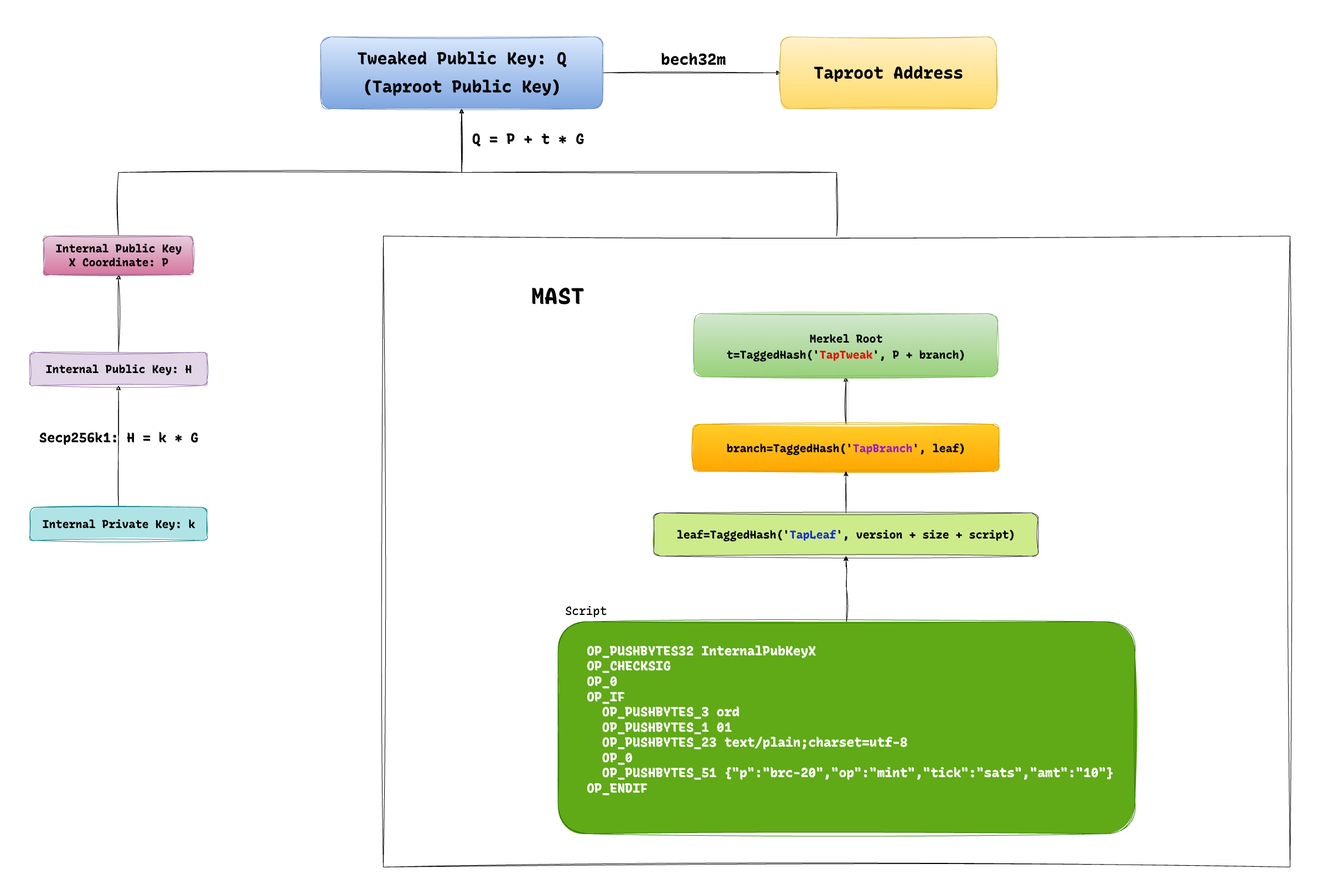
Above: public/inscription-taptree.png in heapup-tech/bitcoin-ninja (draw.io), before the change. Source tidied: cells renumbered, new cells last; positions are measured from the earlier drawing's top-left corner, leaving out a move shared by most shapes. The source it was exported from:
```xml
<mxGraphModel>
  <root>
    <mxCell id="0" />
    <mxCell id="1" parent="0" />
    <mxCell id="2" style="edgeStyle=orthogonalEdgeStyle;rounded=0;jettySize=auto;html=1;exitX=0.5;exitY=0;exitDx=0;exitDy=0;entryX=0.5;entryY=1;entryDx=0;entryDy=0;fontFamily=Recursive Mono Casual Static;fontSize=20;fontColor=default;labelBackgroundColor=none;fontStyle=1;sketch=1;curveFitting=1;jiggle=2;" parent="1" edge="1" source="3" target="10">
      <mxGeometry relative="1" as="geometry" />
    </mxCell>
    <mxCell id="3" value="Internal Public Key: H" style="rounded=1;html=1;glass=0;fillStyle=solid;perimeterSpacing=0;fontFamily=Recursive Mono Casual Static;labelBackgroundColor=none;fontSize=20;fontStyle=1;sketch=1;curveFitting=1;jiggle=2;fillColor=#e1d5e7;strokeColor=#9673a6;" parent="1" vertex="1">
      <mxGeometry x="3.5" y="570" width="320" height="60" as="geometry" />
    </mxCell>
    <mxCell id="4" style="edgeStyle=orthogonalEdgeStyle;rounded=0;jettySize=auto;html=1;exitX=0.5;exitY=0;exitDx=0;exitDy=0;entryX=0.5;entryY=1;entryDx=0;entryDy=0;fontFamily=Recursive Mono Casual Static;fontSize=20;fontColor=default;labelBackgroundColor=none;fontStyle=1;sketch=1;curveFitting=1;jiggle=2;" parent="1" edge="1" source="5" target="3">
      <mxGeometry relative="1" as="geometry" />
    </mxCell>
    <mxCell id="5" value="Internal Private Key: k" style="rounded=1;html=1;glass=0;fillStyle=solid;perimeterSpacing=0;fontFamily=Recursive Mono Casual Static;labelBackgroundColor=none;fontSize=20;fontStyle=1;sketch=1;curveFitting=1;jiggle=2;fillColor=#b0e3e6;strokeColor=#0e8088;" parent="1" vertex="1">
      <mxGeometry x="3.5" y="850" width="320" height="60" as="geometry" />
    </mxCell>
    <mxCell id="6" style="edgeStyle=orthogonalEdgeStyle;rounded=0;jettySize=auto;html=1;exitX=1;exitY=0.5;exitDx=0;exitDy=0;entryX=0;entryY=0.5;entryDx=0;entryDy=0;sketch=1;curveFitting=1;jiggle=2;" parent="1" edge="1" source="8" target="26">
      <mxGeometry relative="1" as="geometry" />
    </mxCell>
    <mxCell id="7" value="&lt;font size=&quot;1&quot; face=&quot;Recursive Mono Casual Static&quot; style=&quot;&quot;&gt;&lt;b style=&quot;font-size: 28px;&quot;&gt;bech32m&lt;/b&gt;&lt;/font&gt;" style="edgeLabel;html=1;align=center;verticalAlign=middle;" parent="6" vertex="1">
      <mxGeometry x="0.02" y="14" relative="1" as="geometry">
        <mxPoint y="-11" as="offset" />
      </mxGeometry>
    </mxCell>
    <mxCell id="8" value="&lt;p style=&quot;line-height: 170%; font-size: 30px;&quot;&gt;Tweaked Public Key: Q&lt;br style=&quot;font-size: 20px;&quot;&gt;(Taproot Public Key)&lt;/p&gt;" style="rounded=1;html=1;glass=0;fillStyle=solid;perimeterSpacing=0;fontFamily=Recursive Mono Casual Static;labelBackgroundColor=none;fontSize=20;fontStyle=1;sketch=1;curveFitting=1;jiggle=2;fillColor=#dae8fc;strokeColor=#6c8ebf;gradientColor=#7ea6e0;" parent="1" vertex="1">
      <mxGeometry x="528.5" width="510" height="130" as="geometry" />
    </mxCell>
    <mxCell id="9" style="edgeStyle=orthogonalEdgeStyle;rounded=0;jettySize=auto;html=1;exitX=0.5;exitY=0;exitDx=0;exitDy=0;entryX=0.5;entryY=1;entryDx=0;entryDy=0;fontFamily=Recursive Mono Casual Static;fontSize=20;fontColor=default;labelBackgroundColor=none;fontStyle=1;sketch=1;curveFitting=1;jiggle=2;" parent="1" edge="1" source="10" target="8">
      <mxGeometry relative="1" as="geometry" />
    </mxCell>
    <mxCell id="10" value="Internal Public Key&lt;div style=&quot;line-height: 130%; font-size: 20px;&quot;&gt;X Coordinate: P&lt;/div&gt;" style="rounded=1;html=1;glass=0;fillStyle=solid;perimeterSpacing=0;fontFamily=Recursive Mono Casual Static;labelBackgroundColor=none;fontSize=20;fontStyle=1;fillColor=#e6d0de;sketch=1;curveFitting=1;jiggle=2;strokeColor=#996185;gradientColor=#d5739d;" parent="1" vertex="1">
      <mxGeometry x="28.5" y="360" width="270" height="70" as="geometry" />
    </mxCell>
    <mxCell id="11" value="&lt;span style=&quot;font-size: 24px;&quot;&gt;&lt;font style=&quot;font-size: 24px;&quot;&gt;Secp256k1: H = k * G&lt;/font&gt;&lt;/span&gt;" style="text;html=1;align=center;verticalAlign=middle;rounded=0;fontFamily=Recursive Mono Casual Static;fontSize=24;fontColor=default;labelBackgroundColor=none;fillColor=default;fontStyle=1;fillStyle=cross-hatch;" parent="1" vertex="1">
      <mxGeometry y="710" width="327" height="30" as="geometry" />
    </mxCell>
    <mxCell id="12" style="edgeStyle=orthogonalEdgeStyle;rounded=0;jettySize=auto;html=1;exitX=0.5;exitY=0;exitDx=0;exitDy=0;sketch=1;curveFitting=1;jiggle=2;fontFamily=Recursive Mono Casual Static;" parent="1" edge="1" source="15" target="8">
      <mxGeometry relative="1" as="geometry" />
    </mxCell>
    <mxCell id="13" value="Q = P + t * G" style="text;html=1;align=center;verticalAlign=middle;whiteSpace=wrap;rounded=0;fontSize=26;fontFamily=Recursive Mono Casual Static;fontStyle=1;" parent="1" vertex="1">
      <mxGeometry x="788.5" y="170" width="230" height="30" as="geometry" />
    </mxCell>
    <mxCell id="14" value="MAST" style="text;html=1;align=center;verticalAlign=middle;whiteSpace=wrap;rounded=0;fontFamily=Recursive Mono Casual Static;fontSize=40;fontStyle=1;" parent="1" vertex="1">
      <mxGeometry x="940.5" y="450.3" width="32.7" height="35.2" as="geometry" />
    </mxCell>
    <mxCell id="15" style="rounded=0;whiteSpace=wrap;html=1;glass=0;gradientColor=none;fillStyle=cross-hatch;perimeterSpacing=0;sketch=1;curveFitting=1;jiggle=2;fontFamily=Recursive Mono Casual Static;labelBackgroundColor=none;fontSize=18;fillColor=none;" parent="1" vertex="1">
      <mxGeometry x="642" y="360" width="1638" height="1140" as="geometry" />
    </mxCell>
    <mxCell id="16" style="edgeStyle=orthogonalEdgeStyle;rounded=0;jettySize=auto;html=1;exitX=0.5;exitY=0;exitDx=0;exitDy=0;entryX=0.5;entryY=1;entryDx=0;entryDy=0;fontFamily=Recursive Mono Casual Static;fontSize=20;fontColor=default;labelBackgroundColor=none;fontStyle=1;shadow=1;sketch=1;curveFitting=1;jiggle=2;" parent="1" edge="1" source="17" target="18">
      <mxGeometry relative="1" as="geometry" />
    </mxCell>
    <mxCell id="17" value="branch=TaggedHash('&lt;span style=&quot;color: rgb(151, 25, 210); font-size: 20px;&quot;&gt;TapBranch&lt;/span&gt;', leaf)" style="rounded=1;html=1;glass=0;gradientColor=#ffa500;fillStyle=auto;perimeterSpacing=0;fontFamily=Recursive Mono Casual Static;labelBackgroundColor=none;fontSize=20;fontStyle=1;sketch=1;curveFitting=1;jiggle=2;fillColor=#ffcd28;strokeColor=#d79b00;" parent="1" vertex="1">
      <mxGeometry x="1200.9" y="700" width="553.7" height="85.2" as="geometry" />
    </mxCell>
    <mxCell id="18" value="&lt;div style=&quot;line-height: 170%; font-size: 20px;&quot;&gt;&lt;font style=&quot;font-size: 20px;&quot;&gt;Merkel Root&lt;/font&gt;&lt;/div&gt;t=TaggedHash('&lt;font style=&quot;font-size: 20px;&quot; color=&quot;#ed0707&quot;&gt;TapTweak&lt;/font&gt;', P + branch)" style="rounded=1;html=1;glass=0;fillStyle=solid;perimeterSpacing=0;fontFamily=Recursive Mono Casual Static;labelBackgroundColor=none;fontSize=20;fontStyle=1;sketch=1;curveFitting=1;jiggle=2;fillColor=#d5e8d4;strokeColor=#82b366;gradientColor=#97d077;" parent="1" vertex="1">
      <mxGeometry x="1203.3" y="500" width="548.8" height="114.5" as="geometry" />
    </mxCell>
    <mxCell id="19" style="edgeStyle=orthogonalEdgeStyle;rounded=0;orthogonalLoop=1;jettySize=auto;html=1;exitX=0.5;exitY=1;exitDx=0;exitDy=0;fontFamily=Recursive Mono Casual Static;" parent="1" edge="1" source="17" target="17">
      <mxGeometry relative="1" as="geometry" />
    </mxCell>
    <mxCell id="20" value="&lt;font style=&quot;font-size: 23px;&quot;&gt;OP_PUSHBYTES32 InternalPubKeyX&lt;/font&gt;&lt;div style=&quot;font-size: 23px;&quot;&gt;&lt;font style=&quot;font-size: 23px;&quot;&gt;OP_CHECKSIG&lt;/font&gt;&lt;/div&gt;&lt;div style=&quot;font-size: 23px;&quot;&gt;&lt;font style=&quot;font-size: 23px;&quot;&gt;OP_0&lt;br&gt;OP_IF&lt;/font&gt;&lt;/div&gt;&lt;div style=&quot;font-size: 23px;&quot;&gt;&lt;font style=&quot;font-size: 23px;&quot;&gt;&amp;nbsp; OP_PUSHBYTES_3 ord&lt;/font&gt;&lt;/div&gt;&lt;div style=&quot;font-size: 23px;&quot;&gt;&lt;font style=&quot;font-size: 23px;&quot;&gt;&amp;nbsp; OP_PUSHBYTES_1 01&lt;/font&gt;&lt;/div&gt;&lt;div style=&quot;font-size: 23px;&quot;&gt;&lt;font style=&quot;font-size: 23px;&quot;&gt;&amp;nbsp; OP_PUSHBYTES_23 text/plain;charset=utf-8&lt;/font&gt;&lt;/div&gt;&lt;div style=&quot;font-size: 23px;&quot;&gt;&lt;font style=&quot;font-size: 23px;&quot;&gt;&amp;nbsp; OP_0&lt;br&gt;&amp;nbsp; OP_PUSHBYTES_51 {&quot;p&quot;:&quot;brc-20&quot;,&quot;op&quot;:&quot;mint&quot;,&quot;tick&quot;:&quot;sats&quot;,&quot;amt&quot;:&quot;10&quot;}&lt;/font&gt;&lt;/div&gt;&lt;div style=&quot;font-size: 23px;&quot;&gt;&lt;font style=&quot;font-size: 23px;&quot;&gt;OP_ENDIF&lt;/font&gt;&lt;/div&gt;&lt;div style=&quot;font-size: 23px;&quot;&gt;&lt;br&gt;&lt;/div&gt;" style="rounded=1;html=1;glass=0;fillStyle=solid;perimeterSpacing=0;fontFamily=Recursive Mono Casual Static;labelBackgroundColor=none;fontSize=20;fillColor=#60a917;fontColor=#ffffff;strokeColor=#2D7600;fontStyle=1;sketch=1;curveFitting=1;jiggle=2;align=left;spacingLeft=50;" parent="1" vertex="1">
      <mxGeometry x="957.5" y="1056.5" width="1042.5" height="383.5" as="geometry" />
    </mxCell>
    <mxCell id="21" value="leaf=TaggedHash('&lt;font style=&quot;font-size: 20px;&quot; color=&quot;#142cdb&quot;&gt;TapLeaf&lt;/font&gt;', version + size + script)" style="rounded=1;html=1;glass=0;fillStyle=solid;perimeterSpacing=0;fontFamily=Recursive Mono Casual Static;labelBackgroundColor=none;fontSize=20;fontStyle=1;sketch=1;curveFitting=1;jiggle=2;fillColor=#cdeb8b;strokeColor=#36393d;" parent="1" vertex="1">
      <mxGeometry x="1130.6" y="860" width="694.3" height="78.2" as="geometry" />
    </mxCell>
    <mxCell id="22" style="edgeStyle=orthogonalEdgeStyle;rounded=0;orthogonalLoop=1;jettySize=auto;html=1;exitX=0.5;exitY=1;exitDx=0;exitDy=0;fontFamily=Recursive Mono Casual Static;" parent="1" edge="1" source="21" target="21">
      <mxGeometry relative="1" as="geometry" />
    </mxCell>
    <mxCell id="23" style="edgeStyle=orthogonalEdgeStyle;rounded=0;jettySize=auto;html=1;exitX=0.5;exitY=0;exitDx=0;exitDy=0;entryX=0.5;entryY=1;entryDx=0;entryDy=0;fontFamily=Recursive Mono Casual Static;fontSize=20;fontColor=default;labelBackgroundColor=none;fontStyle=1;sketch=1;curveFitting=1;jiggle=2;" parent="1" edge="1" source="20" target="21">
      <mxGeometry relative="1" as="geometry" />
    </mxCell>
    <mxCell id="24" style="edgeStyle=orthogonalEdgeStyle;rounded=0;jettySize=auto;html=1;exitX=0.5;exitY=0;exitDx=0;exitDy=0;entryX=0.5;entryY=1;entryDx=0;entryDy=0;fontFamily=Recursive Mono Casual Static;fontSize=20;fontColor=default;labelBackgroundColor=none;fontStyle=1;sketch=1;curveFitting=1;jiggle=2;" parent="1" edge="1" source="21" target="17">
      <mxGeometry relative="1" as="geometry" />
    </mxCell>
    <mxCell id="25" value="&lt;font style=&quot;font-size: 21px;&quot; face=&quot;Recursive Mono Casual Static&quot;&gt;Script&lt;/font&gt;" style="text;html=1;align=center;verticalAlign=middle;strokeColor=none;fillColor=none;" parent="1" vertex="1">
      <mxGeometry x="957.5" y="1016.5" width="100" height="40" as="geometry" />
    </mxCell>
    <mxCell id="26" value="&lt;font style=&quot;font-size: 30px;&quot;&gt;Taproot Address&lt;/font&gt;" style="rounded=1;whiteSpace=wrap;html=1;glass=0;gradientColor=#ffd966;fillStyle=solid;perimeterSpacing=0;sketch=1;curveFitting=1;jiggle=2;fontFamily=Recursive Mono Casual Static;labelBackgroundColor=none;fontSize=20;fontStyle=1;fillColor=#fff2cc;strokeColor=#d6b656;" parent="1" vertex="1">
      <mxGeometry x="1360" width="390" height="130" as="geometry" />
    </mxCell>
  </root>
</mxGraphModel>
```
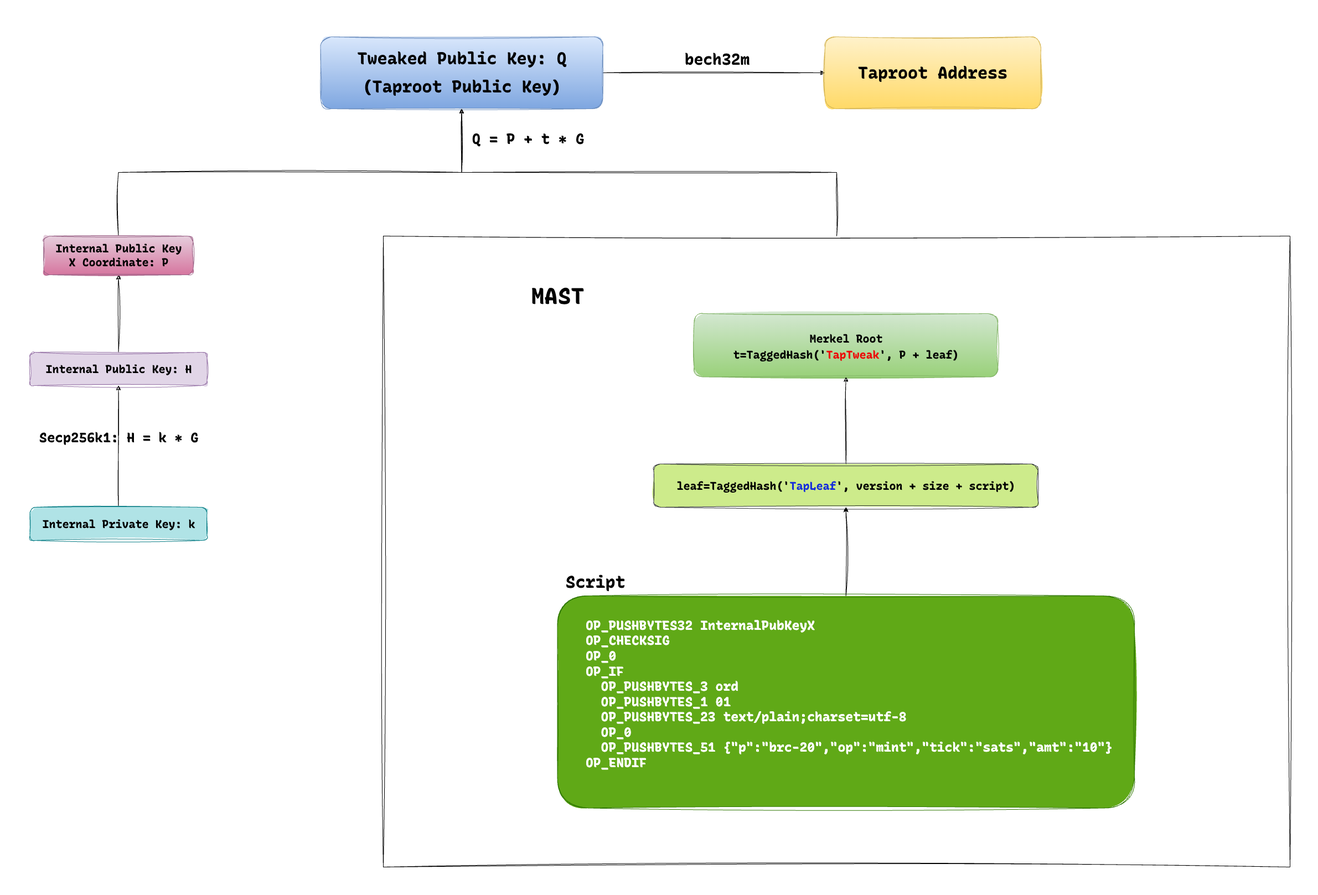
After the commit.

The edit, as a diff of the source:
```diff
@@ -46,23 +46,23 @@
     <mxCell id="15" style="rounded=0;whiteSpace=wrap;html=1;glass=0;gradientColor=none;fillStyle=cross-hatch;perimeterSpacing=0;sketch=1;curveFitting=1;jiggle=2;fontFamily=Recursive Mono Casual Static;labelBackgroundColor=none;fontSize=18;fillColor=none;" parent="1" vertex="1">
       <mxGeometry x="642" y="360" width="1638" height="1140" as="geometry" />
     </mxCell>
-    <mxCell id="16" style="edgeStyle=orthogonalEdgeStyle;rounded=0;jettySize=auto;html=1;exitX=0.5;exitY=0;exitDx=0;exitDy=0;entryX=0.5;entryY=1;entryDx=0;entryDy=0;fontFamily=Recursive Mono Casual Static;fontSize=20;fontColor=default;labelBackgroundColor=none;fontStyle=1;shadow=1;sketch=1;curveFitting=1;jiggle=2;" parent="1" edge="1" source="17" target="18">
-      <mxGeometry relative="1" as="geometry" />
-    </mxCell>
-    <mxCell id="17" value="branch=TaggedHash('&lt;span style=&quot;color: rgb(151, 25, 210); font-size: 20px;&quot;&gt;TapBranch&lt;/span&gt;', leaf)" style="rounded=1;html=1;glass=0;gradientColor=#ffa500;fillStyle=auto;perimeterSpacing=0;fontFamily=Recursive Mono Casual Static;labelBackgroundColor=none;fontSize=20;fontStyle=1;sketch=1;curveFitting=1;jiggle=2;fillColor=#ffcd28;strokeColor=#d79b00;" parent="1" vertex="1">
-      <mxGeometry x="1200.9" y="700" width="553.7" height="85.2" as="geometry" />
-    </mxCell>
-    <mxCell id="18" value="&lt;div style=&quot;line-height: 170%; font-size: 20px;&quot;&gt;&lt;font style=&quot;font-size: 20px;&quot;&gt;Merkel Root&lt;/font&gt;&lt;/div&gt;t=TaggedHash('&lt;font style=&quot;font-size: 20px;&quot; color=&quot;#ed0707&quot;&gt;TapTweak&lt;/font&gt;', P + branch)" style="rounded=1;html=1;glass=0;fillStyle=solid;perimeterSpacing=0;fontFamily=Recursive Mono Casual Static;labelBackgroundColor=none;fontSize=20;fontStyle=1;sketch=1;curveFitting=1;jiggle=2;fillColor=#d5e8d4;strokeColor=#82b366;gradientColor=#97d077;" parent="1" vertex="1">
+    <mxCell id="18" value="&lt;div style=&quot;line-height: 170%; font-size: 20px;&quot;&gt;&lt;font style=&quot;font-size: 20px;&quot;&gt;Merkel Root&lt;/font&gt;&lt;/div&gt;t=TaggedHash('&lt;font style=&quot;font-size: 20px;&quot; color=&quot;#ed0707&quot;&gt;TapTweak&lt;/font&gt;', P + leaf)" style="rounded=1;html=1;glass=0;fillStyle=solid;perimeterSpacing=0;fontFamily=Recursive Mono Casual Static;labelBackgroundColor=none;fontSize=20;fontStyle=1;sketch=1;curveFitting=1;jiggle=2;fillColor=#d5e8d4;strokeColor=#82b366;gradientColor=#97d077;" parent="1" vertex="1">
       <mxGeometry x="1203.3" y="500" width="548.8" height="114.5" as="geometry" />
     </mxCell>
-    <mxCell id="19" style="edgeStyle=orthogonalEdgeStyle;rounded=0;orthogonalLoop=1;jettySize=auto;html=1;exitX=0.5;exitY=1;exitDx=0;exitDy=0;fontFamily=Recursive Mono Casual Static;" parent="1" edge="1" source="17" target="17">
-      <mxGeometry relative="1" as="geometry" />
+    <mxCell id="19" style="edgeStyle=orthogonalEdgeStyle;rounded=0;orthogonalLoop=1;jettySize=auto;html=1;exitX=0.5;exitY=1;exitDx=0;exitDy=0;fontFamily=Recursive Mono Casual Static;" parent="1" edge="1">
+      <mxGeometry relative="1" as="geometry">
+        <mxPoint x="1477.7" y="785.2" as="sourcePoint" />
+        <mxPoint x="1477.8" y="785.2" as="targetPoint" />
+      </mxGeometry>
     </mxCell>
     <mxCell id="20" value="&lt;font style=&quot;font-size: 23px;&quot;&gt;OP_PUSHBYTES32 InternalPubKeyX&lt;/font&gt;&lt;div style=&quot;font-size: 23px;&quot;&gt;&lt;font style=&quot;font-size: 23px;&quot;&gt;OP_CHECKSIG&lt;/font&gt;&lt;/div&gt;&lt;div style=&quot;font-size: 23px;&quot;&gt;&lt;font style=&quot;font-size: 23px;&quot;&gt;OP_0&lt;br&gt;OP_IF&lt;/font&gt;&lt;/div&gt;&lt;div style=&quot;font-size: 23px;&quot;&gt;&lt;font style=&quot;font-size: 23px;&quot;&gt;&amp;nbsp; OP_PUSHBYTES_3 ord&lt;/font&gt;&lt;/div&gt;&lt;div style=&quot;font-size: 23px;&quot;&gt;&lt;font style=&quot;font-size: 23px;&quot;&gt;&amp;nbsp; OP_PUSHBYTES_1 01&lt;/font&gt;&lt;/div&gt;&lt;div style=&quot;font-size: 23px;&quot;&gt;&lt;font style=&quot;font-size: 23px;&quot;&gt;&amp;nbsp; OP_PUSHBYTES_23 text/plain;charset=utf-8&lt;/font&gt;&lt;/div&gt;&lt;div style=&quot;font-size: 23px;&quot;&gt;&lt;font style=&quot;font-size: 23px;&quot;&gt;&amp;nbsp; OP_0&lt;br&gt;&amp;nbsp; OP_PUSHBYTES_51 {&quot;p&quot;:&quot;brc-20&quot;,&quot;op&quot;:&quot;mint&quot;,&quot;tick&quot;:&quot;sats&quot;,&quot;amt&quot;:&quot;10&quot;}&lt;/font&gt;&lt;/div&gt;&lt;div style=&quot;font-size: 23px;&quot;&gt;&lt;font style=&quot;font-size: 23px;&quot;&gt;OP_ENDIF&lt;/font&gt;&lt;/div&gt;&lt;div style=&quot;font-size: 23px;&quot;&gt;&lt;br&gt;&lt;/div&gt;" style="rounded=1;html=1;glass=0;fillStyle=solid;perimeterSpacing=0;fontFamily=Recursive Mono Casual Static;labelBackgroundColor=none;fontSize=20;fillColor=#60a917;fontColor=#ffffff;strokeColor=#2D7600;fontStyle=1;sketch=1;curveFitting=1;jiggle=2;align=left;spacingLeft=50;" parent="1" vertex="1">
-      <mxGeometry x="957.5" y="1056.5" width="1042.5" height="383.5" as="geometry" />
+      <mxGeometry x="956.5" y="1010" width="1042.5" height="383.5" as="geometry" />
     </mxCell>
+    <mxCell id="27" style="edgeStyle=orthogonalEdgeStyle;rounded=0;jettySize=auto;html=1;exitX=0.5;exitY=0;exitDx=0;exitDy=0;entryX=0.5;entryY=1;entryDx=0;entryDy=0;sketch=1;curveFitting=1;jiggle=2;" parent="1" edge="1" source="21" target="18">
+      <mxGeometry relative="1" as="geometry" />
+    </mxCell>
     <mxCell id="21" value="leaf=TaggedHash('&lt;font style=&quot;font-size: 20px;&quot; color=&quot;#142cdb&quot;&gt;TapLeaf&lt;/font&gt;', version + size + script)" style="rounded=1;html=1;glass=0;fillStyle=solid;perimeterSpacing=0;fontFamily=Recursive Mono Casual Static;labelBackgroundColor=none;fontSize=20;fontStyle=1;sketch=1;curveFitting=1;jiggle=2;fillColor=#cdeb8b;strokeColor=#36393d;" parent="1" vertex="1">
-      <mxGeometry x="1130.6" y="860" width="694.3" height="78.2" as="geometry" />
+      <mxGeometry x="1130.6" y="771.8" width="694.3" height="78.2" as="geometry" />
     </mxCell>
     <mxCell id="22" style="edgeStyle=orthogonalEdgeStyle;rounded=0;orthogonalLoop=1;jettySize=auto;html=1;exitX=0.5;exitY=1;exitDx=0;exitDy=0;fontFamily=Recursive Mono Casual Static;" parent="1" edge="1" source="21" target="21">
       <mxGeometry relative="1" as="geometry" />
@@ -70,14 +70,11 @@
     <mxCell id="23" style="edgeStyle=orthogonalEdgeStyle;rounded=0;jettySize=auto;html=1;exitX=0.5;exitY=0;exitDx=0;exitDy=0;entryX=0.5;entryY=1;entryDx=0;entryDy=0;fontFamily=Recursive Mono Casual Static;fontSize=20;fontColor=default;labelBackgroundColor=none;fontStyle=1;sketch=1;curveFitting=1;jiggle=2;" parent="1" edge="1" source="20" target="21">
       <mxGeometry relative="1" as="geometry" />
     </mxCell>
-    <mxCell id="24" style="edgeStyle=orthogonalEdgeStyle;rounded=0;jettySize=auto;html=1;exitX=0.5;exitY=0;exitDx=0;exitDy=0;entryX=0.5;entryY=1;entryDx=0;entryDy=0;fontFamily=Recursive Mono Casual Static;fontSize=20;fontColor=default;labelBackgroundColor=none;fontStyle=1;sketch=1;curveFitting=1;jiggle=2;" parent="1" edge="1" source="21" target="17">
-      <mxGeometry relative="1" as="geometry" />
-    </mxCell>
-    <mxCell id="25" value="&lt;font style=&quot;font-size: 21px;&quot; face=&quot;Recursive Mono Casual Static&quot;&gt;Script&lt;/font&gt;" style="text;html=1;align=center;verticalAlign=middle;strokeColor=none;fillColor=none;" parent="1" vertex="1">
-      <mxGeometry x="957.5" y="1016.5" width="100" height="40" as="geometry" />
+    <mxCell id="25" value="&lt;font face=&quot;Recursive Mono Casual Static&quot; style=&quot;font-size: 30px;&quot;&gt;Script&lt;/font&gt;" style="text;html=1;align=center;verticalAlign=middle;strokeColor=none;fillColor=none;fontStyle=1;fontSize=30;" parent="1" vertex="1">
+      <mxGeometry x="960" y="960" width="130" height="50" as="geometry" />
     </mxCell>
     <mxCell id="26" value="&lt;font style=&quot;font-size: 30px;&quot;&gt;Taproot Address&lt;/font&gt;" style="rounded=1;whiteSpace=wrap;html=1;glass=0;gradientColor=#ffd966;fillStyle=solid;perimeterSpacing=0;sketch=1;curveFitting=1;jiggle=2;fontFamily=Recursive Mono Casual Static;labelBackgroundColor=none;fontSize=20;fontStyle=1;fillColor=#fff2cc;strokeColor=#d6b656;" parent="1" vertex="1">
-      <mxGeometry x="1360" width="390" height="130" as="geometry" />
+      <mxGeometry x="1440" width="390" height="130" as="geometry" />
     </mxCell>
   </root>
 </mxGraphModel>
```
